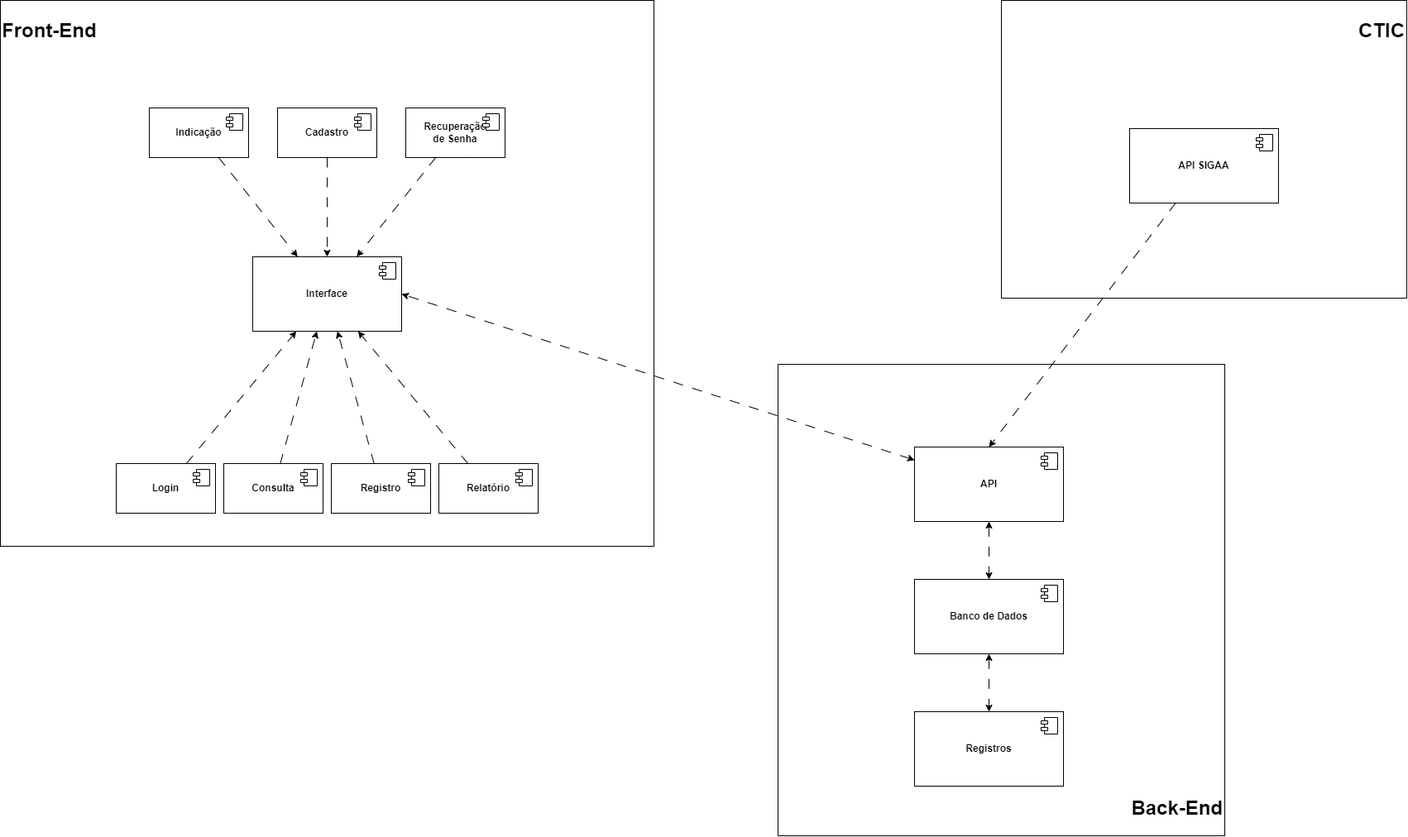
Before: Sistemas Distribuídos/Projeto ProDisciplinas/Diagrama de Componentes - ProDisciplinas.drawio.png, a diagram exported from draw.io (Jheickson/Vault_UFOPA). Source tidied: cells renumbered, new cells last; positions are measured from the earlier drawing's top-left corner, leaving out a move shared by most shapes.
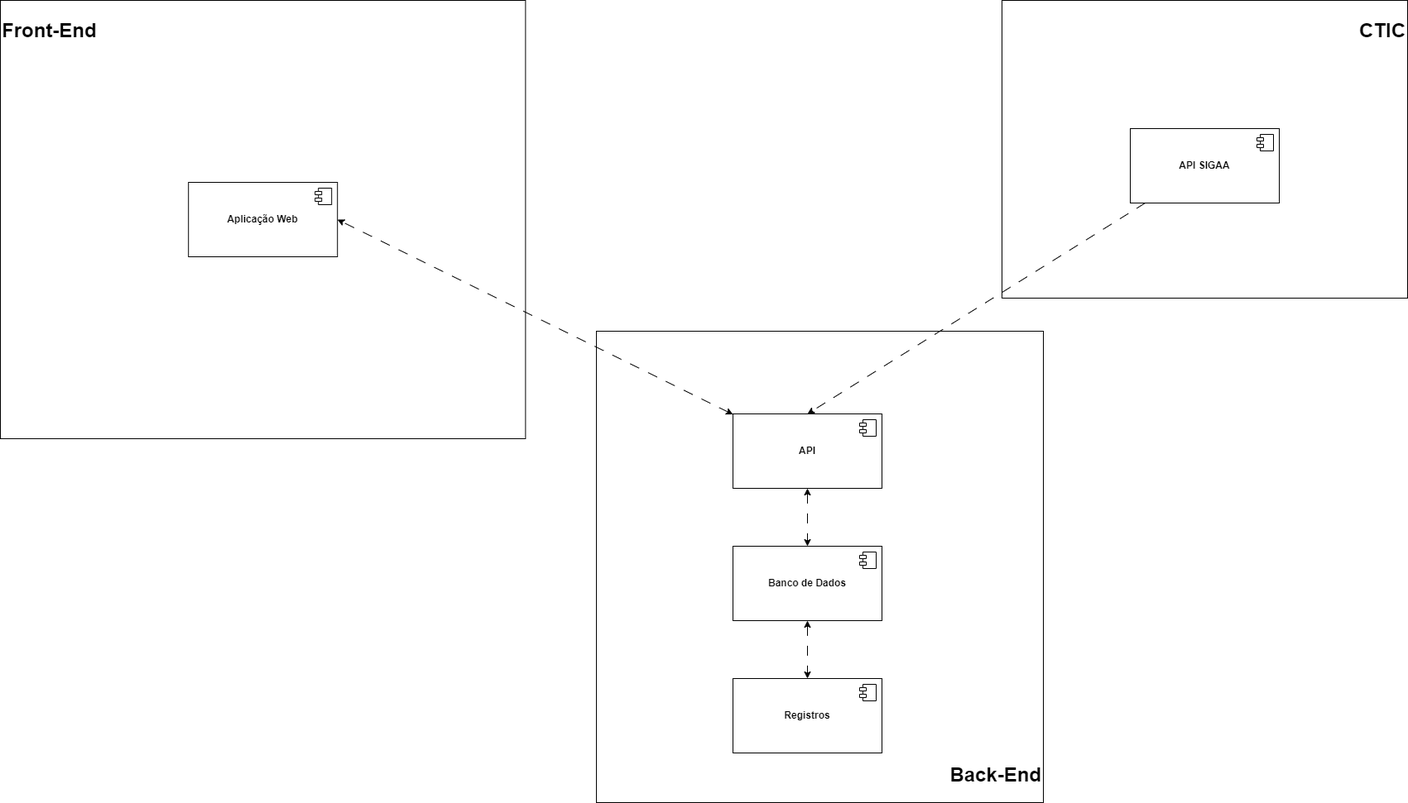
After the change.

Commit message:
Correções sugeridas - Pro Disciplinas

What changed in the source:
```diff
@@ -22,99 +22,8 @@
         <mxPoint x="-27" y="7" as="offset" />
       </mxGeometry>
     </mxCell>
-    <mxCell id="8" style="group;" parent="1" vertex="1">
-      <mxGeometry width="790" height="660" as="geometry" />
-    </mxCell>
-    <mxCell id="9" value="&lt;h1&gt;Front-End&lt;/h1&gt;" style="rounded=0;whiteSpace=wrap;html=1;fillColor=none;verticalAlign=top;labelBorderColor=none;align=left;" parent="8" vertex="1">
-      <mxGeometry width="790" height="660" as="geometry" />
-    </mxCell>
-    <mxCell id="10" value="&lt;b&gt;Interface&lt;/b&gt;" style="html=1;whiteSpace=wrap;" parent="8" vertex="1">
-      <mxGeometry x="305" y="310" width="180" height="90" as="geometry" />
-    </mxCell>
-    <mxCell id="11" style="shape=module;jettyWidth=8;jettyHeight=4;" parent="10" vertex="1">
-      <mxGeometry x="1" width="20" height="20" relative="1" as="geometry">
-        <mxPoint x="-27" y="7" as="offset" />
-      </mxGeometry>
-    </mxCell>
-    <mxCell id="12" style="edgeStyle=none;shape=connector;rounded=0;jettySize=auto;html=1;dashed=1;dashPattern=12 12;labelBackgroundColor=default;strokeColor=default;align=center;verticalAlign=middle;fontFamily=Helvetica;fontSize=11;fontColor=default;endArrow=classic;" parent="8" edge="1" source="13" target="10">
-      <mxGeometry relative="1" as="geometry" />
-    </mxCell>
-    <mxCell id="13" value="&lt;b&gt;Login&lt;br&gt;&lt;/b&gt;" style="html=1;whiteSpace=wrap;" parent="8" vertex="1">
-      <mxGeometry x="140" y="560" width="120" height="60" as="geometry" />
-    </mxCell>
-    <mxCell id="14" style="shape=module;jettyWidth=8;jettyHeight=4;" parent="13" vertex="1">
-      <mxGeometry x="1" width="20" height="20" relative="1" as="geometry">
-        <mxPoint x="-27" y="7" as="offset" />
-      </mxGeometry>
-    </mxCell>
-    <mxCell id="15" style="edgeStyle=none;shape=connector;rounded=0;jettySize=auto;html=1;dashed=1;dashPattern=12 12;labelBackgroundColor=default;strokeColor=default;align=center;verticalAlign=middle;fontFamily=Helvetica;fontSize=11;fontColor=default;endArrow=classic;" parent="8" edge="1" source="16" target="10">
-      <mxGeometry relative="1" as="geometry" />
-    </mxCell>
-    <mxCell id="16" value="&lt;b&gt;Consulta&lt;br&gt;&lt;/b&gt;" style="html=1;whiteSpace=wrap;" parent="8" vertex="1">
-      <mxGeometry x="270" y="560" width="120" height="60" as="geometry" />
-    </mxCell>
-    <mxCell id="17" style="shape=module;jettyWidth=8;jettyHeight=4;" parent="16" vertex="1">
-      <mxGeometry x="1" width="20" height="20" relative="1" as="geometry">
-        <mxPoint x="-27" y="7" as="offset" />
-      </mxGeometry>
-    </mxCell>
-    <mxCell id="18" style="edgeStyle=none;shape=connector;rounded=0;jettySize=auto;html=1;dashed=1;dashPattern=12 12;labelBackgroundColor=default;strokeColor=default;align=center;verticalAlign=middle;fontFamily=Helvetica;fontSize=11;fontColor=default;endArrow=classic;" parent="8" edge="1" source="19" target="10">
-      <mxGeometry relative="1" as="geometry" />
-    </mxCell>
-    <mxCell id="19" value="&lt;b&gt;Registro&lt;br&gt;&lt;/b&gt;" style="html=1;whiteSpace=wrap;" parent="8" vertex="1">
-      <mxGeometry x="400" y="560" width="120" height="60" as="geometry" />
-    </mxCell>
-    <mxCell id="20" style="shape=module;jettyWidth=8;jettyHeight=4;" parent="19" vertex="1">
-      <mxGeometry x="1" width="20" height="20" relative="1" as="geometry">
-        <mxPoint x="-27" y="7" as="offset" />
-      </mxGeometry>
-    </mxCell>
-    <mxCell id="21" style="edgeStyle=none;shape=connector;rounded=0;jettySize=auto;html=1;dashed=1;dashPattern=12 12;labelBackgroundColor=default;strokeColor=default;align=center;verticalAlign=middle;fontFamily=Helvetica;fontSize=11;fontColor=default;endArrow=classic;" parent="8" edge="1" source="22" target="10">
-      <mxGeometry relative="1" as="geometry" />
-    </mxCell>
-    <mxCell id="22" value="&lt;b&gt;Relatório&lt;br&gt;&lt;/b&gt;" style="html=1;whiteSpace=wrap;" parent="8" vertex="1">
-      <mxGeometry x="530" y="560" width="120" height="60" as="geometry" />
-    </mxCell>
-    <mxCell id="23" style="shape=module;jettyWidth=8;jettyHeight=4;" parent="22" vertex="1">
-      <mxGeometry x="1" width="20" height="20" relative="1" as="geometry">
-        <mxPoint x="-27" y="7" as="offset" />
-      </mxGeometry>
-    </mxCell>
-    <mxCell id="24" style="edgeStyle=none;shape=connector;rounded=0;jettySize=auto;html=1;dashed=1;dashPattern=12 12;labelBackgroundColor=default;strokeColor=default;align=center;verticalAlign=middle;fontFamily=Helvetica;fontSize=11;fontColor=default;endArrow=classic;" parent="8" edge="1" source="25" target="10">
-      <mxGeometry relative="1" as="geometry" />
-    </mxCell>
-    <mxCell id="25" value="&lt;b&gt;Indicação&lt;br&gt;&lt;/b&gt;" style="html=1;whiteSpace=wrap;" parent="8" vertex="1">
-      <mxGeometry x="180" y="130" width="120" height="60" as="geometry" />
-    </mxCell>
-    <mxCell id="26" style="shape=module;jettyWidth=8;jettyHeight=4;" parent="25" vertex="1">
-      <mxGeometry x="1" width="20" height="20" relative="1" as="geometry">
-        <mxPoint x="-27" y="7" as="offset" />
-      </mxGeometry>
-    </mxCell>
-    <mxCell id="27" style="edgeStyle=none;shape=connector;rounded=0;jettySize=auto;html=1;dashed=1;dashPattern=12 12;labelBackgroundColor=default;strokeColor=default;align=center;verticalAlign=middle;fontFamily=Helvetica;fontSize=11;fontColor=default;endArrow=classic;" parent="8" edge="1" source="28" target="10">
-      <mxGeometry relative="1" as="geometry" />
-    </mxCell>
-    <mxCell id="28" value="&lt;b&gt;Cadastro&lt;br&gt;&lt;/b&gt;" style="html=1;whiteSpace=wrap;" parent="8" vertex="1">
-      <mxGeometry x="335" y="130" width="120" height="60" as="geometry" />
-    </mxCell>
-    <mxCell id="29" style="shape=module;jettyWidth=8;jettyHeight=4;" parent="28" vertex="1">
-      <mxGeometry x="1" width="20" height="20" relative="1" as="geometry">
-        <mxPoint x="-27" y="7" as="offset" />
-      </mxGeometry>
-    </mxCell>
-    <mxCell id="30" style="edgeStyle=none;shape=connector;rounded=0;jettySize=auto;html=1;dashed=1;dashPattern=12 12;labelBackgroundColor=default;strokeColor=default;align=center;verticalAlign=middle;fontFamily=Helvetica;fontSize=11;fontColor=default;endArrow=classic;" parent="8" edge="1" source="31" target="10">
-      <mxGeometry relative="1" as="geometry" />
-    </mxCell>
-    <mxCell id="31" value="&lt;b&gt;Recuperação &lt;br&gt;de Senha&lt;br&gt;&lt;/b&gt;" style="html=1;whiteSpace=wrap;" parent="8" vertex="1">
-      <mxGeometry x="490" y="130" width="120" height="60" as="geometry" />
-    </mxCell>
-    <mxCell id="32" style="shape=module;jettyWidth=8;jettyHeight=4;" parent="31" vertex="1">
-      <mxGeometry x="1" width="20" height="20" relative="1" as="geometry">
-        <mxPoint x="-27" y="7" as="offset" />
-      </mxGeometry>
-    </mxCell>
     <mxCell id="33" style="group;" parent="1" vertex="1">
-      <mxGeometry x="940" y="440" width="540" height="570" as="geometry" />
+      <mxGeometry x="720" y="400" width="540" height="570" as="geometry" />
     </mxCell>
     <mxCell id="34" value="&lt;h1&gt;Back-End&lt;/h1&gt;" style="rounded=0;whiteSpace=wrap;html=1;fillColor=none;verticalAlign=bottom;labelBorderColor=none;align=right;" parent="33" vertex="1">
       <mxGeometry width="540" height="570" as="geometry" />
@@ -149,5 +58,19 @@
     <mxCell id="42" style="edgeStyle=none;shape=connector;rounded=0;jettySize=auto;html=1;dashed=1;dashPattern=12 12;labelBackgroundColor=default;strokeColor=default;align=center;verticalAlign=middle;fontFamily=Helvetica;fontSize=11;fontColor=default;endArrow=classic;startArrow=classic;startFill=1;" parent="33" edge="1" source="35" target="40">
       <mxGeometry relative="1" as="geometry" />
     </mxCell>
+    <mxCell id="43" style="group;" parent="1" vertex="1">
+      <mxGeometry width="634.4" height="530" as="geometry" />
+    </mxCell>
+    <mxCell id="9" value="&lt;h1&gt;Front-End&lt;/h1&gt;" style="rounded=0;whiteSpace=wrap;html=1;fillColor=none;verticalAlign=top;labelBorderColor=none;align=left;" parent="43" vertex="1">
+      <mxGeometry width="634.4" height="530" as="geometry" />
+    </mxCell>
+    <mxCell id="10" value="&lt;b&gt;Aplicação Web&lt;/b&gt;" style="html=1;whiteSpace=wrap;" parent="43" vertex="1">
+      <mxGeometry x="227.2" y="220" width="180" height="90" as="geometry" />
+    </mxCell>
+    <mxCell id="11" style="shape=module;jettyWidth=8;jettyHeight=4;" parent="10" vertex="1">
+      <mxGeometry x="1" width="20" height="20" relative="1" as="geometry">
+        <mxPoint x="-27" y="7" as="offset" />
+      </mxGeometry>
+    </mxCell>
   </root>
 </mxGraphModel>
```
